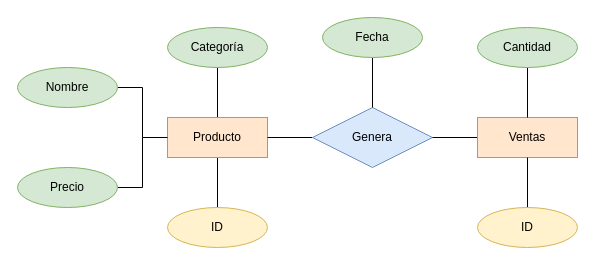
Above: tarea4/Tarea4.drawio in GRMiguelAngel/Base-Datos (draw.io), before the change. Source tidied: cells renumbered, new cells numbered last; positions are measured from the earlier drawing's top-left corner, leaving out a move shared by most shapes. Both pictures are drawn from the tidied source at 100%, with x=0, y=0 at pixel (17, 17).
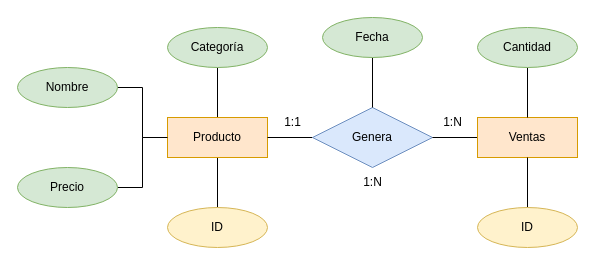
Above is the later version.

What changed in the source:
```diff
@@
+    <mxCell id="21" value="1:1" style="text;html=1;align=center;verticalAlign=middle;strokeColor=none;fillColor=none;" parent="1" vertex="1">
+      <mxGeometry x="255" y="90" width="40" height="30" as="geometry" />
+    </mxCell>
+    <mxCell id="22" value="1:N" style="text;html=1;align=center;verticalAlign=middle;strokeColor=none;fillColor=none;" parent="1" vertex="1">
+      <mxGeometry x="415" y="90" width="40" height="30" as="geometry" />
+    </mxCell>
+    <mxCell id="23" value="1:N" style="text;html=1;align=center;verticalAlign=middle;strokeColor=none;fillColor=none;" parent="1" vertex="1">
+      <mxGeometry x="335" y="150" width="40" height="30" as="geometry" />
+    </mxCell>
```
